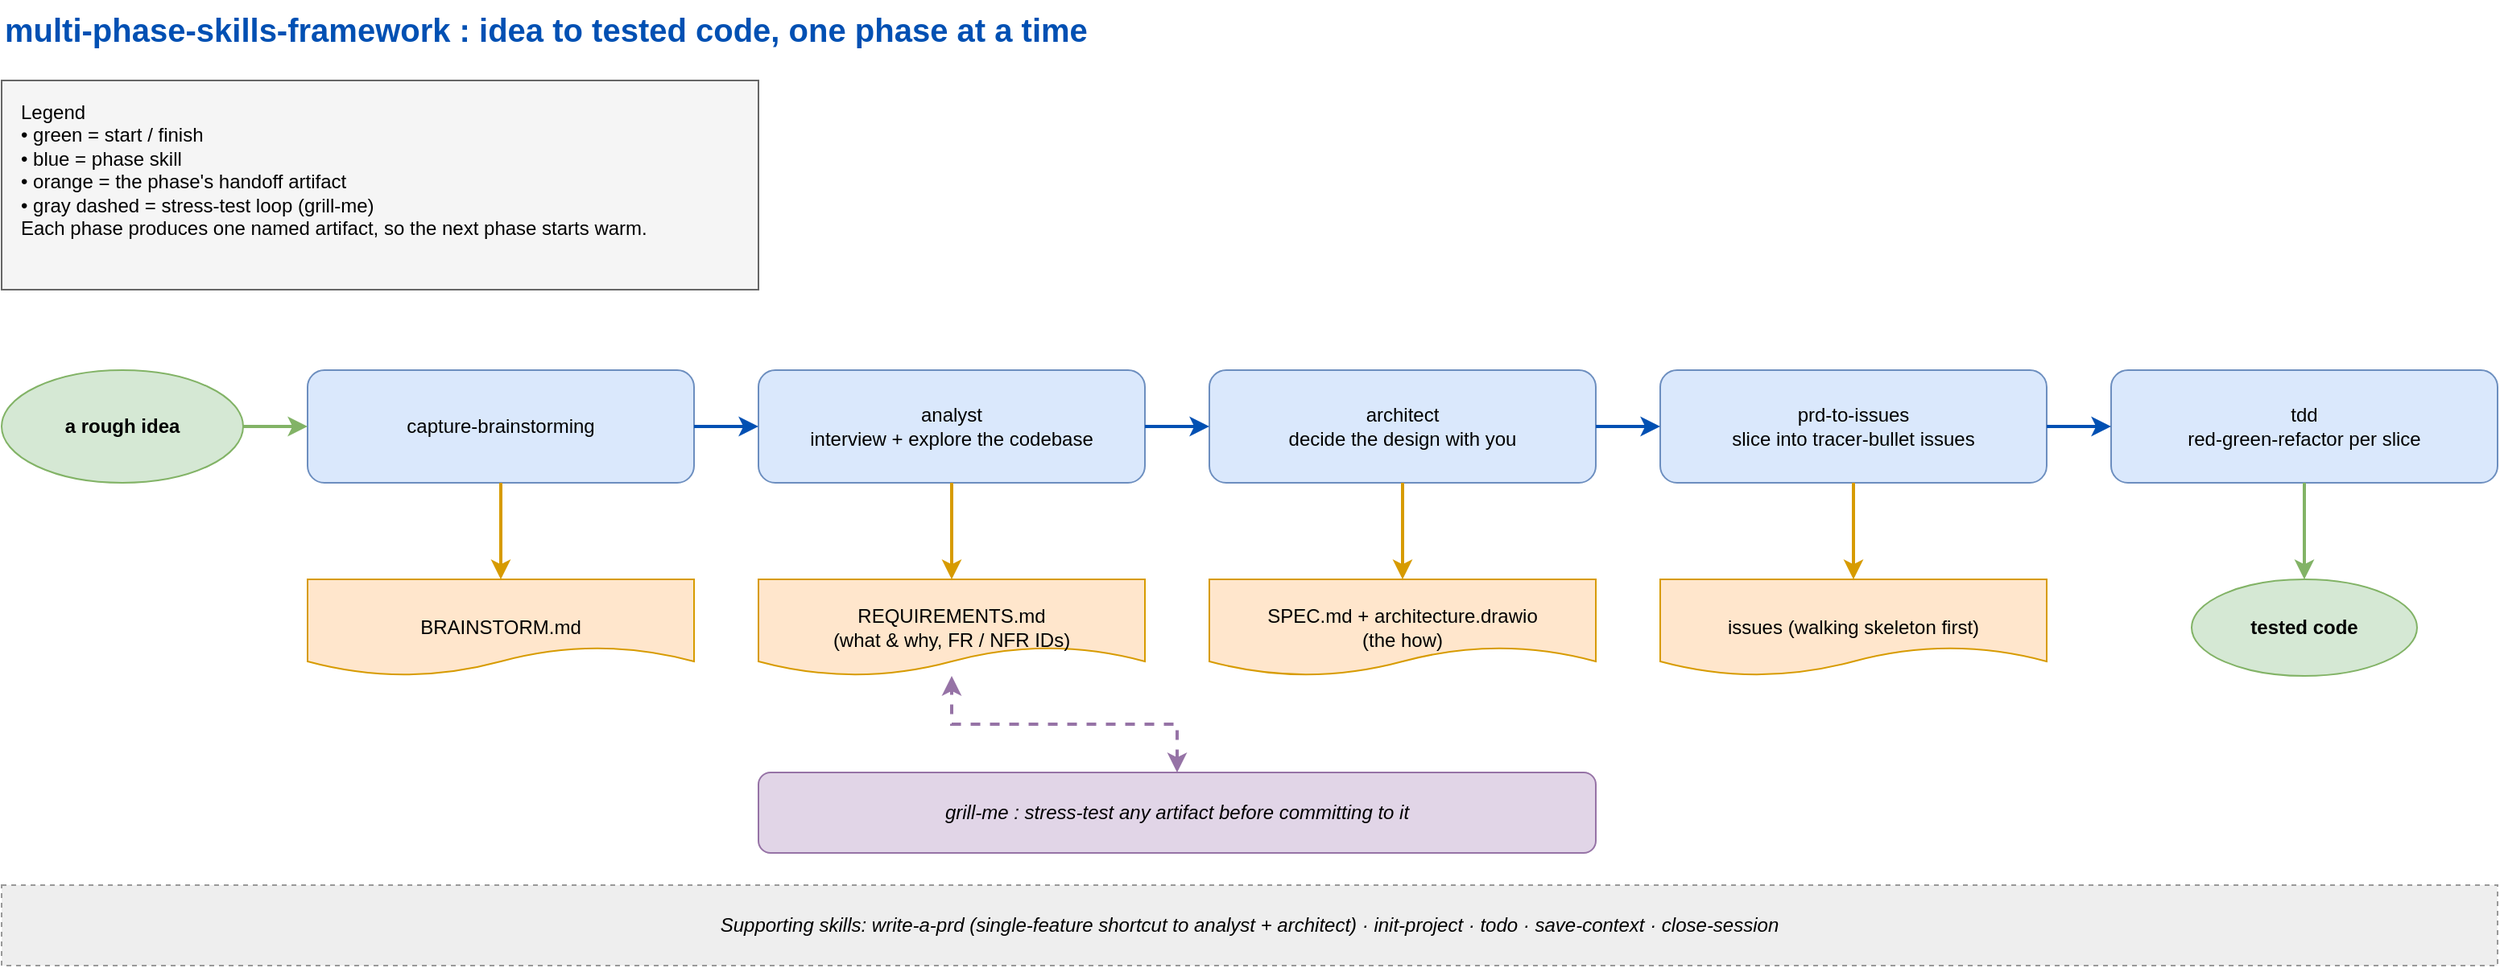
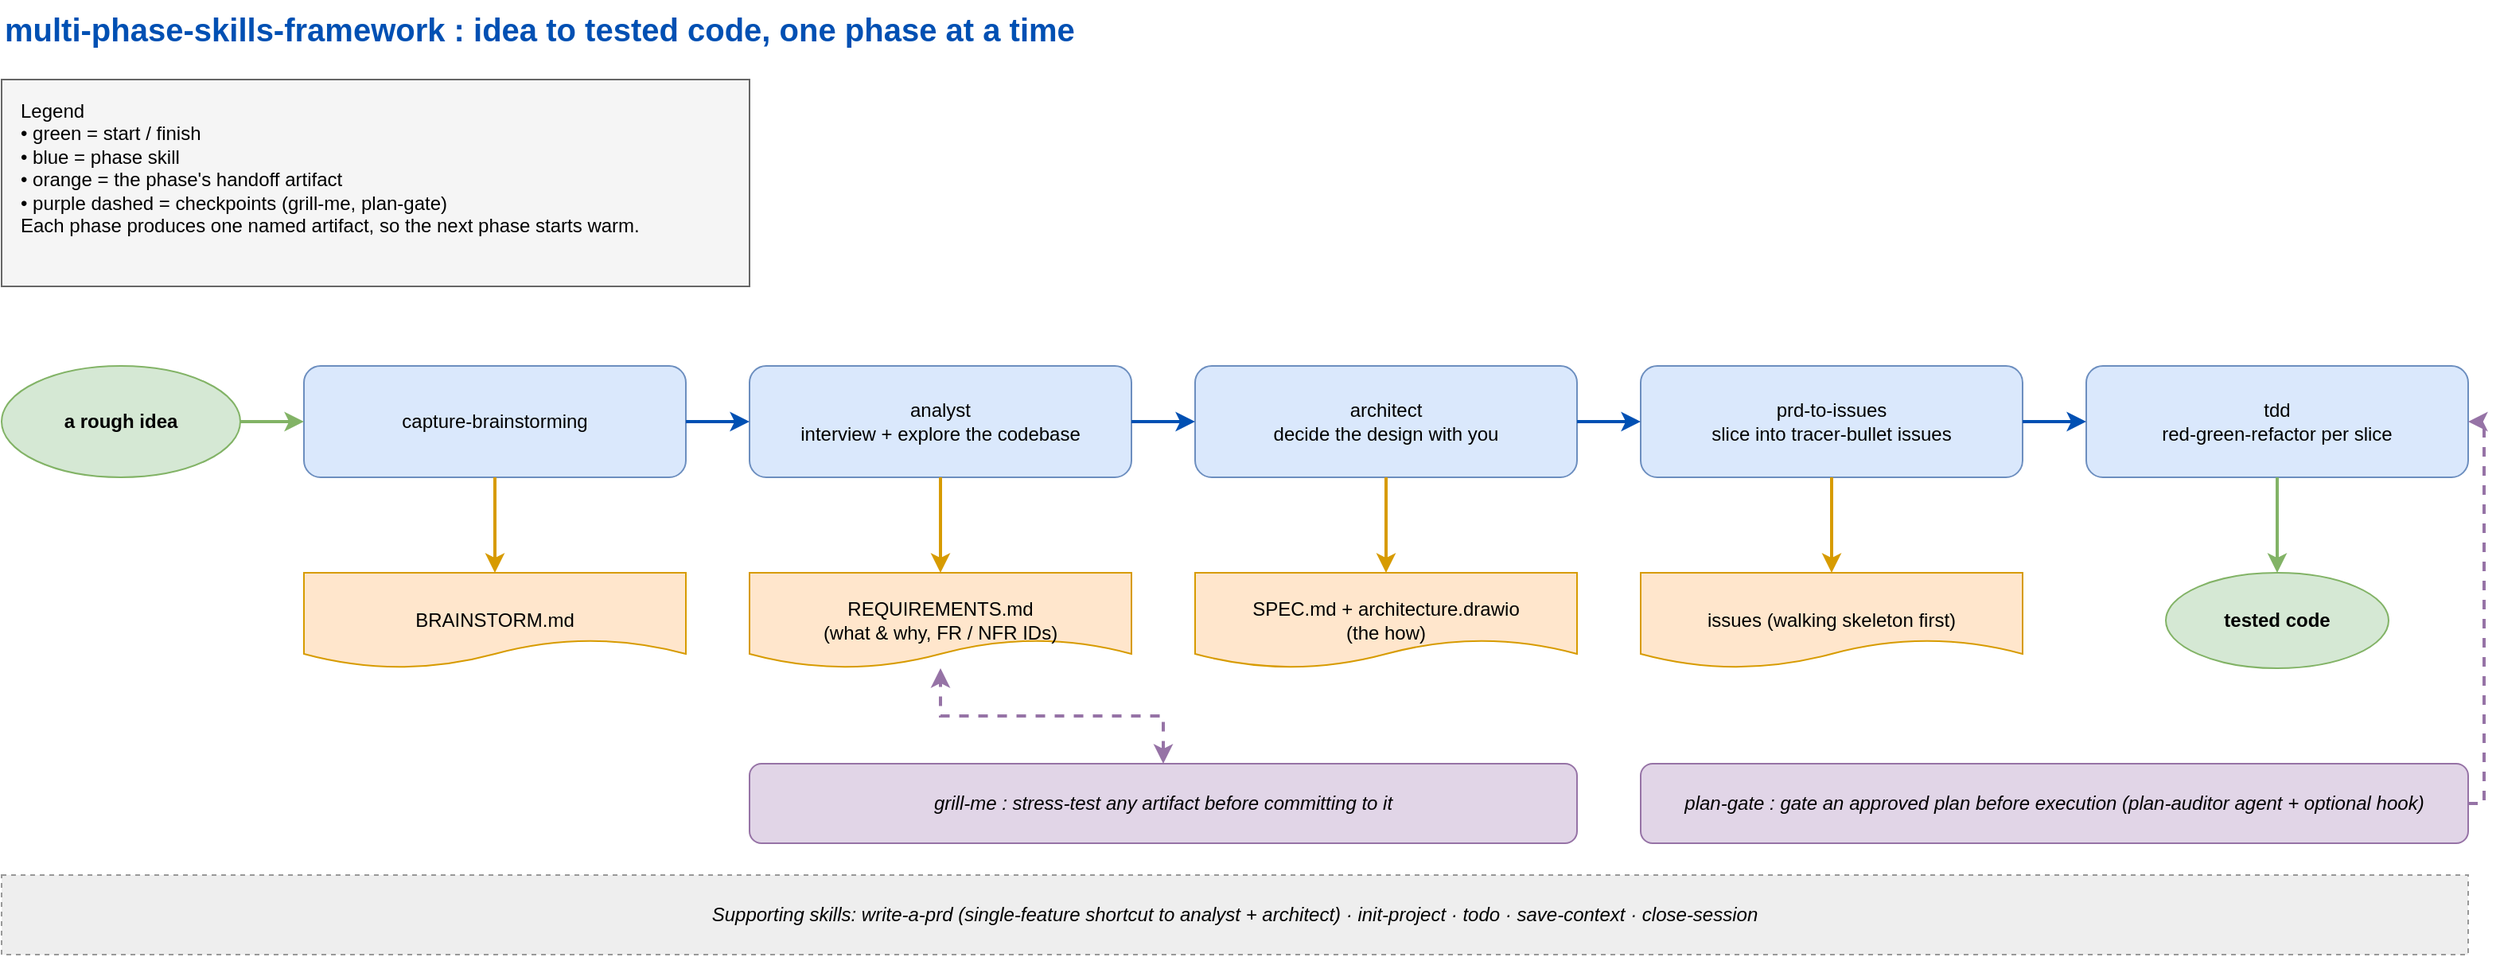
<mxfile host="app.diagrams.net" type="device">
  <diagram name="multi-phase" id="mpflow">
    <mxGraphModel dx="1400" dy="800" grid="0" gridSize="10" guides="1" tooltips="1" connect="1" arrows="1" fold="1" page="1" pageScale="1" pageWidth="1680" pageHeight="640" math="0" shadow="0">
      <root>
        <mxCell id="0"/>
        <mxCell id="1" parent="0"/>

        <mxCell id="title" value="multi-phase-skills-framework : idea to tested code, one phase at a time" style="text;html=1;fontSize=20;fontStyle=1;fontColor=#0050b3;align=left;verticalAlign=middle;" vertex="1" parent="1"><mxGeometry x="40" y="20" width="1100" height="36" as="geometry"/></mxCell>

-         <mxCell id="legend" value="Legend&#10;• green = start / finish&#10;• blue = phase skill&#10;• orange = the phase's handoff artifact&#10;• gray dashed = stress-test loop (grill-me)&#10;Each phase produces one named artifact, so the next phase starts warm." style="rounded=0;fillColor=#f5f5f5;strokeColor=#666666;fontStyle=0;verticalAlign=top;align=left;spacingLeft=10;spacingTop=6;whiteSpace=wrap;html=1;fontFamily=Helvetica;" vertex="1" parent="1"><mxGeometry x="40" y="70" width="470" height="130" as="geometry"/></mxCell>
+         <mxCell id="legend" value="Legend&#10;• green = start / finish&#10;• blue = phase skill&#10;• orange = the phase's handoff artifact&#10;• purple dashed = checkpoints (grill-me, plan-gate)&#10;Each phase produces one named artifact, so the next phase starts warm." style="rounded=0;fillColor=#f5f5f5;strokeColor=#666666;fontStyle=0;verticalAlign=top;align=left;spacingLeft=10;spacingTop=6;whiteSpace=wrap;html=1;fontFamily=Helvetica;" vertex="1" parent="1"><mxGeometry x="40" y="70" width="470" height="130" as="geometry"/></mxCell>

        <!-- start -->
        <mxCell id="start" value="a rough idea" style="ellipse;fillColor=#d5e8d4;strokeColor=#82b366;html=1;whiteSpace=wrap;fontStyle=1;" vertex="1" parent="1"><mxGeometry x="40" y="250" width="150" height="70" as="geometry"/></mxCell>

        <!-- phases -->
        <mxCell id="p1" value="capture-brainstorming" style="rounded=1;fillColor=#dae8fc;strokeColor=#6c8ebf;html=1;whiteSpace=wrap;" vertex="1" parent="1"><mxGeometry x="230" y="250" width="240" height="70" as="geometry"/></mxCell>
        <mxCell id="a1" value="BRAINSTORM.md" style="shape=document;fillColor=#ffe6cc;strokeColor=#d79b00;html=1;whiteSpace=wrap;" vertex="1" parent="1"><mxGeometry x="230" y="380" width="240" height="60" as="geometry"/></mxCell>

        <mxCell id="p2" value="analyst&#10;interview + explore the codebase" style="rounded=1;fillColor=#dae8fc;strokeColor=#6c8ebf;html=1;whiteSpace=wrap;" vertex="1" parent="1"><mxGeometry x="510" y="250" width="240" height="70" as="geometry"/></mxCell>
        <mxCell id="a2" value="REQUIREMENTS.md&#10;(what &amp; why, FR / NFR IDs)" style="shape=document;fillColor=#ffe6cc;strokeColor=#d79b00;html=1;whiteSpace=wrap;" vertex="1" parent="1"><mxGeometry x="510" y="380" width="240" height="60" as="geometry"/></mxCell>

        <mxCell id="p3" value="architect&#10;decide the design with you" style="rounded=1;fillColor=#dae8fc;strokeColor=#6c8ebf;html=1;whiteSpace=wrap;" vertex="1" parent="1"><mxGeometry x="790" y="250" width="240" height="70" as="geometry"/></mxCell>
        <mxCell id="a3" value="SPEC.md + architecture.drawio&#10;(the how)" style="shape=document;fillColor=#ffe6cc;strokeColor=#d79b00;html=1;whiteSpace=wrap;" vertex="1" parent="1"><mxGeometry x="790" y="380" width="240" height="60" as="geometry"/></mxCell>

        <mxCell id="p4" value="prd-to-issues&#10;slice into tracer-bullet issues" style="rounded=1;fillColor=#dae8fc;strokeColor=#6c8ebf;html=1;whiteSpace=wrap;" vertex="1" parent="1"><mxGeometry x="1070" y="250" width="240" height="70" as="geometry"/></mxCell>
        <mxCell id="a4" value="issues (walking skeleton first)" style="shape=document;fillColor=#ffe6cc;strokeColor=#d79b00;html=1;whiteSpace=wrap;" vertex="1" parent="1"><mxGeometry x="1070" y="380" width="240" height="60" as="geometry"/></mxCell>

        <mxCell id="p5" value="tdd&#10;red-green-refactor per slice" style="rounded=1;fillColor=#dae8fc;strokeColor=#6c8ebf;html=1;whiteSpace=wrap;" vertex="1" parent="1"><mxGeometry x="1350" y="250" width="240" height="70" as="geometry"/></mxCell>
        <mxCell id="done" value="tested code" style="ellipse;fillColor=#d5e8d4;strokeColor=#82b366;html=1;whiteSpace=wrap;fontStyle=1;" vertex="1" parent="1"><mxGeometry x="1400" y="380" width="140" height="60" as="geometry"/></mxCell>

        <!-- grill-me loop -->
        <mxCell id="grill" value="grill-me : stress-test any artifact before committing to it" style="rounded=1;fillColor=#e1d5e7;strokeColor=#9673a6;html=1;whiteSpace=wrap;fontStyle=2;" vertex="1" parent="1"><mxGeometry x="510" y="500" width="520" height="50" as="geometry"/></mxCell>

+         <!-- plan-gate checkpoint -->
+         <mxCell id="gate" value="plan-gate : gate an approved plan before execution (plan-auditor agent + optional hook)" style="rounded=1;fillColor=#e1d5e7;strokeColor=#9673a6;html=1;whiteSpace=wrap;fontStyle=2;" vertex="1" parent="1"><mxGeometry x="1070" y="500" width="520" height="50" as="geometry"/></mxCell>
+ 
        <!-- supporting band -->
        <mxCell id="band" value="Supporting skills:  write-a-prd (single-feature shortcut to analyst + architect)  ·  init-project  ·  todo  ·  save-context  ·  close-session" style="rounded=0;fillColor=#eeeeee;strokeColor=#999999;html=1;whiteSpace=wrap;fontStyle=2;dashed=1;verticalAlign=middle;align=center;" vertex="1" parent="1"><mxGeometry x="40" y="570" width="1550" height="50" as="geometry"/></mxCell>

        <!-- edges: phase chain -->
        <mxCell id="s0" style="edgeStyle=orthogonalEdgeStyle;rounded=0;endArrow=classic;strokeColor=#82b366;strokeWidth=2;html=1;" edge="1" parent="1" source="start" target="p1"><mxGeometry relative="1" as="geometry"/></mxCell>
        <mxCell id="c1" style="edgeStyle=orthogonalEdgeStyle;rounded=0;endArrow=classic;strokeColor=#0050b3;strokeWidth=2;html=1;" edge="1" parent="1" source="p1" target="p2"><mxGeometry relative="1" as="geometry"/></mxCell>
        <mxCell id="c2" style="edgeStyle=orthogonalEdgeStyle;rounded=0;endArrow=classic;strokeColor=#0050b3;strokeWidth=2;html=1;" edge="1" parent="1" source="p2" target="p3"><mxGeometry relative="1" as="geometry"/></mxCell>
        <mxCell id="c3" style="edgeStyle=orthogonalEdgeStyle;rounded=0;endArrow=classic;strokeColor=#0050b3;strokeWidth=2;html=1;" edge="1" parent="1" source="p3" target="p4"><mxGeometry relative="1" as="geometry"/></mxCell>
        <mxCell id="c4" style="edgeStyle=orthogonalEdgeStyle;rounded=0;endArrow=classic;strokeColor=#0050b3;strokeWidth=2;html=1;" edge="1" parent="1" source="p4" target="p5"><mxGeometry relative="1" as="geometry"/></mxCell>
        <!-- phase -> artifact -->
        <mxCell id="d1" style="edgeStyle=orthogonalEdgeStyle;rounded=0;endArrow=classic;strokeColor=#d79b00;strokeWidth=2;html=1;" edge="1" parent="1" source="p1" target="a1"><mxGeometry relative="1" as="geometry"/></mxCell>
        <mxCell id="d2" style="edgeStyle=orthogonalEdgeStyle;rounded=0;endArrow=classic;strokeColor=#d79b00;strokeWidth=2;html=1;" edge="1" parent="1" source="p2" target="a2"><mxGeometry relative="1" as="geometry"/></mxCell>
        <mxCell id="d3" style="edgeStyle=orthogonalEdgeStyle;rounded=0;endArrow=classic;strokeColor=#d79b00;strokeWidth=2;html=1;" edge="1" parent="1" source="p3" target="a3"><mxGeometry relative="1" as="geometry"/></mxCell>
        <mxCell id="d4" style="edgeStyle=orthogonalEdgeStyle;rounded=0;endArrow=classic;strokeColor=#d79b00;strokeWidth=2;html=1;" edge="1" parent="1" source="p4" target="a4"><mxGeometry relative="1" as="geometry"/></mxCell>
        <mxCell id="d5" style="edgeStyle=orthogonalEdgeStyle;rounded=0;endArrow=classic;strokeColor=#82b366;strokeWidth=2;html=1;" edge="1" parent="1" source="p5" target="done"><mxGeometry relative="1" as="geometry"/></mxCell>
        <!-- grill-me dashed to the three artifacts -->
        <mxCell id="gl" value="" style="edgeStyle=orthogonalEdgeStyle;rounded=0;endArrow=classic;startArrow=classic;strokeColor=#9673a6;strokeWidth=2;dashed=1;html=1;" edge="1" parent="1" source="grill" target="a2"><mxGeometry relative="1" as="geometry"/></mxCell>
+         <!-- plan-gate dashed into tdd -->
+         <mxCell id="ge" value="" style="edgeStyle=orthogonalEdgeStyle;rounded=0;endArrow=classic;strokeColor=#9673a6;strokeWidth=2;dashed=1;html=1;exitX=1;exitY=0.5;exitDx=0;exitDy=0;entryX=1;entryY=0.5;entryDx=0;entryDy=0;" edge="1" parent="1" source="gate" target="p5"><mxGeometry relative="1" as="geometry"/></mxCell>
      </root>
    </mxGraphModel>
  </diagram>
</mxfile>
